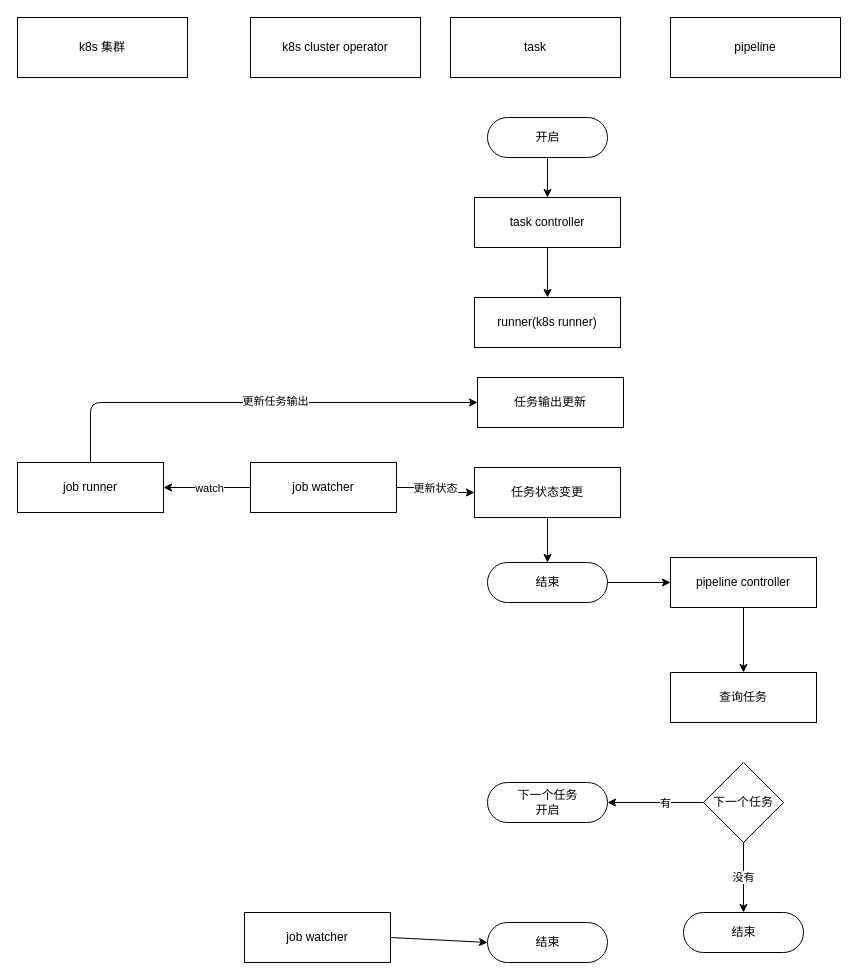
The draw.io diagram apps/task/docs/flow.drawio in infraboard/mpaas, before the edit. Source tidied: cells renumbered, new cells numbered last; positions are measured from the earlier drawing's top-left corner, leaving out a move shared by most shapes. Both pictures are drawn from the tidied source at 100%, with x=0, y=0 at pixel (17, 17).
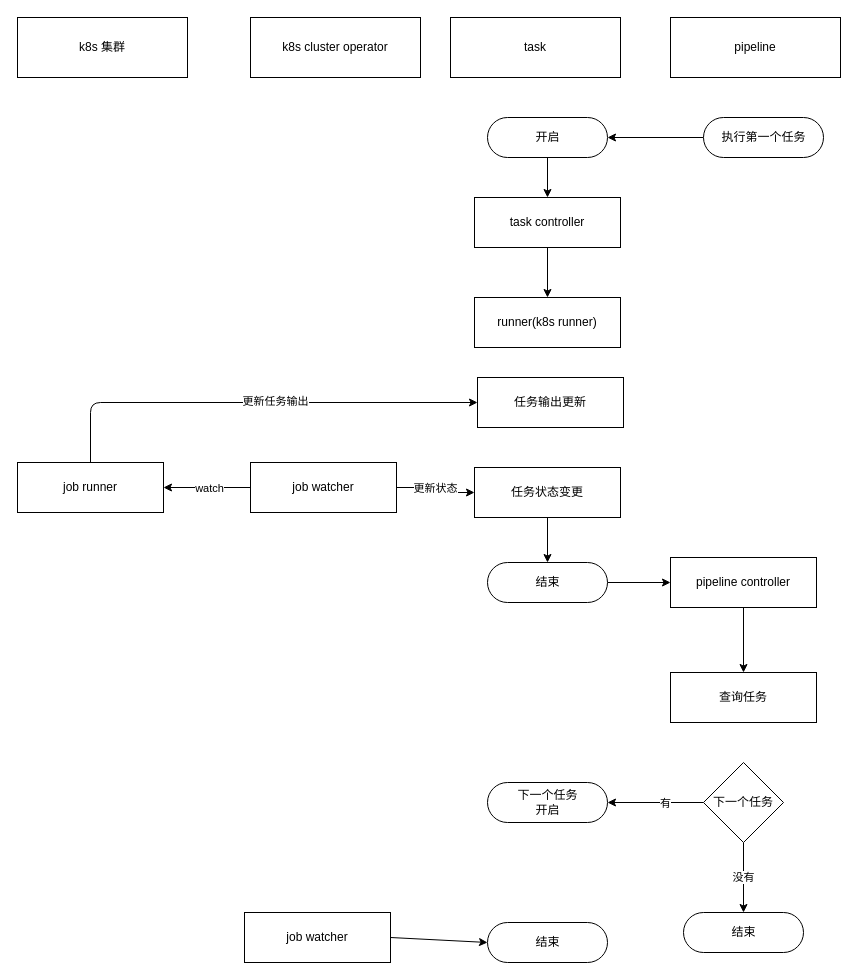
After the change.

The change refers to these unchanged cells:
```xml
<mxCell id="3" value="开启" style="html=1;dashed=0;whitespace=wrap;shape=mxgraph.dfd.start;" parent="1" vertex="1">
  <mxGeometry x="470" y="100" width="120" height="40" as="geometry" />
</mxCell>
```

Change to the diagram source:
```diff
@@
+    <mxCell id="36" style="edgeStyle=none;html=1;exitX=0;exitY=0.5;exitDx=0;exitDy=0;exitPerimeter=0;" parent="1" edge="1" source="37" target="3">
+      <mxGeometry relative="1" as="geometry" />
+    </mxCell>
+    <mxCell id="37" value="执行第一个任务" style="html=1;dashed=0;whitespace=wrap;shape=mxgraph.dfd.start;" parent="1" vertex="1">
+      <mxGeometry x="686" y="100" width="120" height="40" as="geometry" />
+    </mxCell>
```
